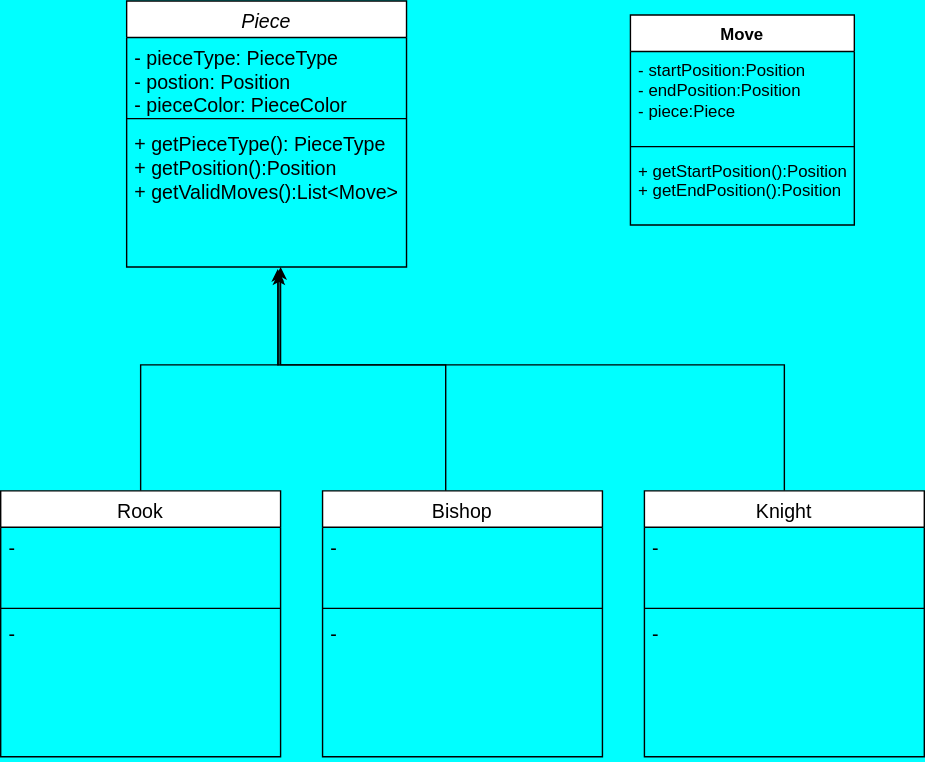
Above: lld/class_diagrams/chess.drawio.svg in nityabhaskar21/java_projects (draw.io), before the change. Source tidied: cells renumbered, new cells last; positions are measured from the earlier drawing's top-left corner, leaving out a move shared by most shapes.
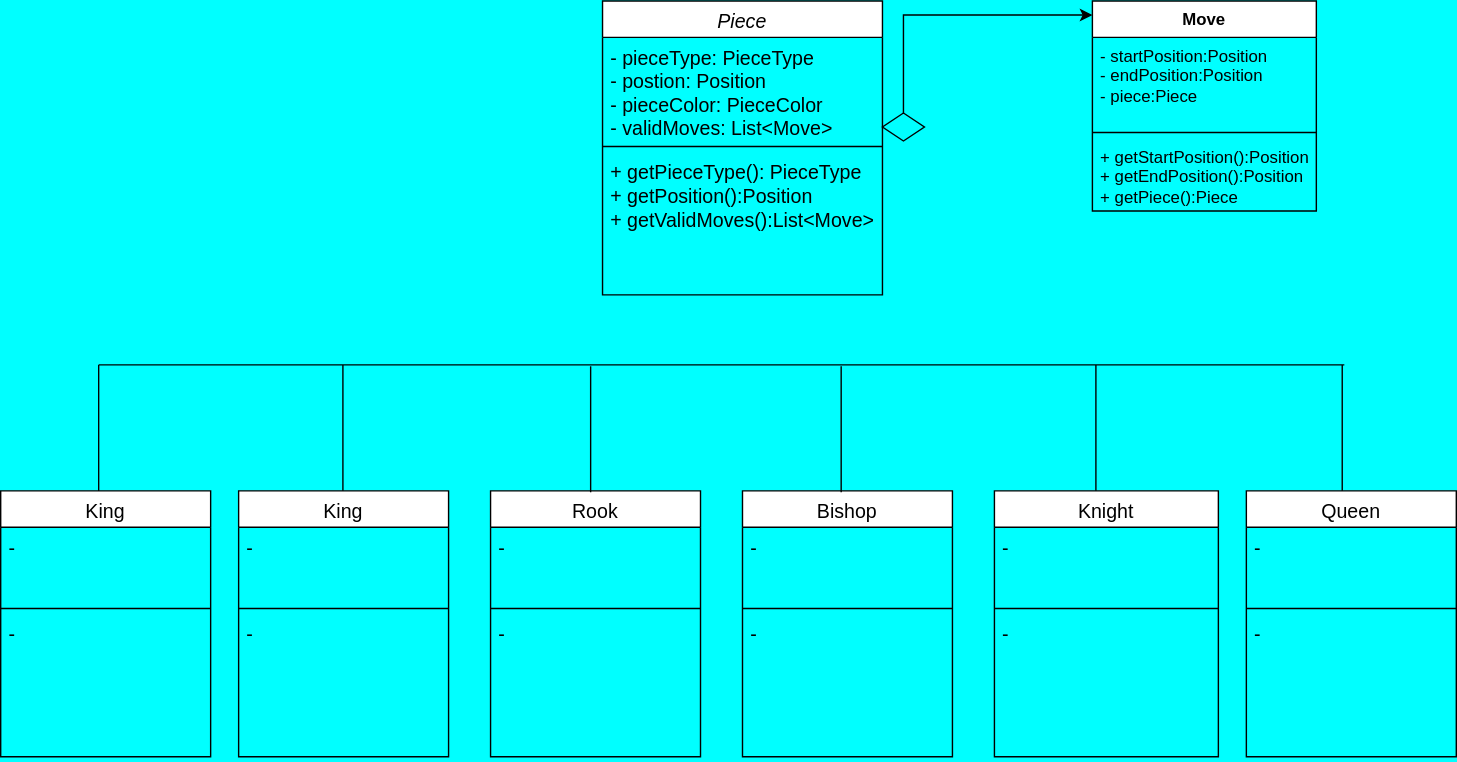
The same file after the commit.

Diff of the diagram source:
```diff
@@ -3,80 +3,55 @@
     <mxCell id="0" />
     <mxCell id="1" parent="0" />
     <mxCell id="2" value="&lt;i&gt;Piece&lt;/i&gt;" style="swimlane;fontStyle=0;align=center;verticalAlign=top;horizontal=1;startSize=26;whiteSpace=wrap;html=1;fontSize=14;fontFamily=Helvetica;" parent="1" vertex="1">
-      <mxGeometry x="90" width="200" height="190" as="geometry" />
+      <mxGeometry x="90" width="200" height="210" as="geometry" />
     </mxCell>
-    <mxCell id="3" value="&lt;font&gt;- pieceType: PieceType&lt;/font&gt;&lt;div&gt;&lt;font&gt;- postion: Position&lt;/font&gt;&lt;/div&gt;&lt;div&gt;&lt;font&gt;- pieceColor: PieceColor&lt;/font&gt;&lt;/div&gt;" style="text;strokeColor=none;fillColor=none;align=left;verticalAlign=top;spacingLeft=4;spacingRight=4;overflow=hidden;whiteSpace=wrap;html=1;fontSize=14;fontFamily=Helvetica;fontStyle=0;" parent="2" vertex="1">
-      <mxGeometry y="26" width="200" height="54" as="geometry" />
+    <mxCell id="3" value="&lt;font&gt;- pieceType: PieceType&lt;/font&gt;&lt;div&gt;&lt;font&gt;- postion: Position&lt;/font&gt;&lt;/div&gt;&lt;div&gt;&lt;font&gt;- pieceColor: PieceColor&lt;/font&gt;&lt;/div&gt;&lt;div&gt;&lt;font&gt;- validMoves: List&amp;lt;Move&amp;gt;&lt;/font&gt;&lt;/div&gt;" style="text;strokeColor=none;fillColor=none;align=left;verticalAlign=top;spacingLeft=4;spacingRight=4;overflow=hidden;whiteSpace=wrap;html=1;fontSize=14;fontFamily=Helvetica;fontStyle=0;" parent="2" vertex="1">
+      <mxGeometry y="26" width="200" height="74" as="geometry" />
     </mxCell>
     <mxCell id="4" style="line;strokeWidth=1;fillColor=none;align=left;verticalAlign=middle;spacingTop=-1;spacingLeft=3;spacingRight=3;labelPosition=right;strokeColor=inherit;fontSize=14;fontFamily=Helvetica;fontStyle=0;" parent="2" vertex="1">
-      <mxGeometry y="80" width="200" height="8" as="geometry" />
+      <mxGeometry y="100" width="200" height="8" as="geometry" />
     </mxCell>
     <mxCell id="5" value="+ getPieceType(): PieceType&lt;div style=&quot;font-size: 14px;&quot;&gt;+ getPosition():Position&lt;/div&gt;&lt;div style=&quot;font-size: 14px;&quot;&gt;+ getValidMoves():List&amp;lt;Move&amp;gt;&lt;/div&gt;" style="text;strokeColor=none;fillColor=none;align=left;verticalAlign=top;spacingLeft=4;spacingRight=4;overflow=hidden;points=[[0,0.5],[1,0.5]];portConstraint=eastwest;whiteSpace=wrap;html=1;fontSize=14;fontFamily=Helvetica;fontStyle=0;" parent="2" vertex="1">
-      <mxGeometry y="88" width="200" height="102" as="geometry" />
+      <mxGeometry y="108" width="200" height="102" as="geometry" />
     </mxCell>
-    <mxCell id="6" style="edgeStyle=orthogonalEdgeStyle;rounded=0;jettySize=auto;html=1;exitX=0.5;exitY=0;exitDx=0;exitDy=0;entryX=0.544;entryY=1.037;entryDx=0;entryDy=0;entryPerimeter=0;" parent="1" edge="1" source="7" target="5">
-      <mxGeometry relative="1" as="geometry">
-        <Array as="points">
-          <mxPoint x="100" y="260" />
-          <mxPoint x="199" y="260" />
-        </Array>
-      </mxGeometry>
-    </mxCell>
     <mxCell id="7" value="Rook" style="swimlane;fontStyle=0;align=center;verticalAlign=top;horizontal=1;startSize=26;whiteSpace=wrap;html=1;fontSize=14;fontFamily=Helvetica;" parent="1" vertex="1">
-      <mxGeometry y="350" width="200" height="190" as="geometry" />
+      <mxGeometry x="10" y="350" width="150" height="190" as="geometry" />
     </mxCell>
     <mxCell id="8" value="-" style="text;strokeColor=none;fillColor=none;align=left;verticalAlign=top;spacingLeft=4;spacingRight=4;overflow=hidden;whiteSpace=wrap;html=1;fontSize=14;fontFamily=Helvetica;fontStyle=0;" parent="7" vertex="1">
-      <mxGeometry y="26" width="200" height="54" as="geometry" />
+      <mxGeometry y="26" width="150" height="54" as="geometry" />
     </mxCell>
     <mxCell id="9" style="line;strokeWidth=1;fillColor=none;align=left;verticalAlign=middle;spacingTop=-1;spacingLeft=3;spacingRight=3;labelPosition=right;strokeColor=inherit;fontSize=14;fontFamily=Helvetica;fontStyle=0;" parent="7" vertex="1">
-      <mxGeometry y="80" width="200" height="8" as="geometry" />
+      <mxGeometry y="80" width="150" height="8" as="geometry" />
     </mxCell>
     <mxCell id="10" value="-" style="text;strokeColor=none;fillColor=none;align=left;verticalAlign=top;spacingLeft=4;spacingRight=4;overflow=hidden;whiteSpace=wrap;html=1;fontSize=14;fontFamily=Helvetica;fontStyle=0;" parent="7" vertex="1">
-      <mxGeometry y="88" width="200" height="102" as="geometry" />
+      <mxGeometry y="88" width="150" height="102" as="geometry" />
     </mxCell>
-    <mxCell id="11" style="edgeStyle=orthogonalEdgeStyle;rounded=0;jettySize=auto;html=1;exitX=0.44;exitY=0.003;exitDx=0;exitDy=0;exitPerimeter=0;" parent="1" edge="1" source="12">
-      <mxGeometry relative="1" as="geometry">
-        <mxPoint x="200" y="190" as="targetPoint" />
-        <Array as="points">
-          <mxPoint x="318" y="260" />
-          <mxPoint x="200" y="260" />
-        </Array>
-      </mxGeometry>
-    </mxCell>
     <mxCell id="12" value="Bishop" style="swimlane;fontStyle=0;align=center;verticalAlign=top;horizontal=1;startSize=26;whiteSpace=wrap;html=1;fontSize=14;fontFamily=Helvetica;" parent="1" vertex="1">
-      <mxGeometry x="230" y="350" width="200" height="190" as="geometry" />
+      <mxGeometry x="190" y="350" width="150" height="190" as="geometry" />
     </mxCell>
     <mxCell id="13" value="-" style="text;strokeColor=none;fillColor=none;align=left;verticalAlign=top;spacingLeft=4;spacingRight=4;overflow=hidden;whiteSpace=wrap;html=1;fontSize=14;fontFamily=Helvetica;fontStyle=0;" parent="12" vertex="1">
-      <mxGeometry y="26" width="200" height="54" as="geometry" />
+      <mxGeometry y="26" width="150" height="54" as="geometry" />
     </mxCell>
     <mxCell id="14" style="line;strokeWidth=1;fillColor=none;align=left;verticalAlign=middle;spacingTop=-1;spacingLeft=3;spacingRight=3;labelPosition=right;strokeColor=inherit;fontSize=14;fontFamily=Helvetica;fontStyle=0;" parent="12" vertex="1">
-      <mxGeometry y="80" width="200" height="8" as="geometry" />
+      <mxGeometry y="80" width="150" height="8" as="geometry" />
     </mxCell>
     <mxCell id="15" value="-" style="text;strokeColor=none;fillColor=none;align=left;verticalAlign=top;spacingLeft=4;spacingRight=4;overflow=hidden;whiteSpace=wrap;html=1;fontSize=14;fontFamily=Helvetica;fontStyle=0;" parent="12" vertex="1">
-      <mxGeometry y="88" width="200" height="102" as="geometry" />
+      <mxGeometry y="88" width="150" height="102" as="geometry" />
     </mxCell>
-    <mxCell id="16" style="edgeStyle=orthogonalEdgeStyle;rounded=0;jettySize=auto;html=1;entryX=0.54;entryY=1.014;entryDx=0;entryDy=0;entryPerimeter=0;" parent="1" edge="1" source="17" target="5">
-      <mxGeometry relative="1" as="geometry">
-        <Array as="points">
-          <mxPoint x="560" y="260" />
-          <mxPoint x="198" y="260" />
-        </Array>
-      </mxGeometry>
-    </mxCell>
     <mxCell id="17" value="Knight" style="swimlane;fontStyle=0;align=center;verticalAlign=top;horizontal=1;startSize=26;whiteSpace=wrap;html=1;fontSize=14;fontFamily=Helvetica;" parent="1" vertex="1">
-      <mxGeometry x="460" y="350" width="200" height="190" as="geometry" />
+      <mxGeometry x="370" y="350" width="160" height="190" as="geometry" />
     </mxCell>
     <mxCell id="18" value="-" style="text;strokeColor=none;fillColor=none;align=left;verticalAlign=top;spacingLeft=4;spacingRight=4;overflow=hidden;whiteSpace=wrap;html=1;fontSize=14;fontFamily=Helvetica;fontStyle=0;" parent="17" vertex="1">
-      <mxGeometry y="26" width="200" height="54" as="geometry" />
+      <mxGeometry y="26" width="160" height="54" as="geometry" />
     </mxCell>
     <mxCell id="19" style="line;strokeWidth=1;fillColor=none;align=left;verticalAlign=middle;spacingTop=-1;spacingLeft=3;spacingRight=3;labelPosition=right;strokeColor=inherit;fontSize=14;fontFamily=Helvetica;fontStyle=0;" parent="17" vertex="1">
-      <mxGeometry y="80" width="200" height="8" as="geometry" />
+      <mxGeometry y="80" width="160" height="8" as="geometry" />
     </mxCell>
     <mxCell id="20" value="-" style="text;strokeColor=none;fillColor=none;align=left;verticalAlign=top;spacingLeft=4;spacingRight=4;overflow=hidden;whiteSpace=wrap;html=1;fontSize=14;fontFamily=Helvetica;fontStyle=0;" parent="17" vertex="1">
-      <mxGeometry y="88" width="200" height="102" as="geometry" />
+      <mxGeometry y="88" width="160" height="102" as="geometry" />
     </mxCell>
     <mxCell id="21" value="Move" style="swimlane;fontStyle=1;align=center;verticalAlign=top;horizontal=1;startSize=26;whiteSpace=wrap;html=1;" parent="1" vertex="1">
-      <mxGeometry x="450" y="10" width="160" height="150" as="geometry" />
+      <mxGeometry x="440" width="160" height="150" as="geometry" />
     </mxCell>
     <mxCell id="22" value="- startPosition:Position&lt;div&gt;- endPosition:Position&lt;/div&gt;&lt;div&gt;- piece:Piece&lt;/div&gt;" style="text;strokeColor=none;fillColor=none;align=left;verticalAlign=top;spacingLeft=4;spacingRight=4;overflow=hidden;whiteSpace=wrap;html=1;" parent="21" vertex="1">
       <mxGeometry y="26" width="160" height="64" as="geometry" />
@@ -84,8 +59,93 @@
     <mxCell id="23" style="line;strokeWidth=1;fillColor=none;align=left;verticalAlign=middle;spacingTop=-1;spacingLeft=3;spacingRight=3;labelPosition=right;strokeColor=inherit;" parent="21" vertex="1">
       <mxGeometry y="90" width="160" height="8" as="geometry" />
     </mxCell>
-    <mxCell id="24" value="+ getStartPosition():Position&lt;div&gt;+ getEndPosition():Position&lt;/div&gt;" style="text;strokeColor=none;fillColor=none;align=left;verticalAlign=top;spacingLeft=4;spacingRight=4;overflow=hidden;whiteSpace=wrap;html=1;" parent="21" vertex="1">
+    <mxCell id="24" value="+ getStartPosition():Position&lt;div&gt;+ getEndPosition():Position&lt;/div&gt;&lt;div&gt;+ getPiece():Piece&lt;/div&gt;" style="text;strokeColor=none;fillColor=none;align=left;verticalAlign=top;spacingLeft=4;spacingRight=4;overflow=hidden;whiteSpace=wrap;html=1;" parent="21" vertex="1">
       <mxGeometry y="98" width="160" height="52" as="geometry" />
     </mxCell>
+    <mxCell id="25" style="edgeStyle=orthogonalEdgeStyle;rounded=0;jettySize=auto;html=1;" parent="1" edge="1" source="26" target="21">
+      <mxGeometry relative="1" as="geometry">
+        <Array as="points">
+          <mxPoint x="305" y="10" />
+        </Array>
+      </mxGeometry>
+    </mxCell>
+    <mxCell id="26" style="rhombus;whiteSpace=wrap;html=1;fillColor=none;" parent="1" vertex="1">
+      <mxGeometry x="290" y="80" width="30" height="20" as="geometry" />
+    </mxCell>
+    <mxCell id="27" value="King" style="swimlane;fontStyle=0;align=center;verticalAlign=top;horizontal=1;startSize=26;whiteSpace=wrap;html=1;fontSize=14;fontFamily=Helvetica;" parent="1" vertex="1">
+      <mxGeometry x="-170" y="350" width="150" height="190" as="geometry" />
+    </mxCell>
+    <mxCell id="28" value="-" style="text;strokeColor=none;fillColor=none;align=left;verticalAlign=top;spacingLeft=4;spacingRight=4;overflow=hidden;whiteSpace=wrap;html=1;fontSize=14;fontFamily=Helvetica;fontStyle=0;" parent="27" vertex="1">
+      <mxGeometry y="26" width="150" height="54" as="geometry" />
+    </mxCell>
+    <mxCell id="29" style="line;strokeWidth=1;fillColor=none;align=left;verticalAlign=middle;spacingTop=-1;spacingLeft=3;spacingRight=3;labelPosition=right;strokeColor=inherit;fontSize=14;fontFamily=Helvetica;fontStyle=0;" parent="27" vertex="1">
+      <mxGeometry y="80" width="150" height="8" as="geometry" />
+    </mxCell>
+    <mxCell id="30" value="-" style="text;strokeColor=none;fillColor=none;align=left;verticalAlign=top;spacingLeft=4;spacingRight=4;overflow=hidden;whiteSpace=wrap;html=1;fontSize=14;fontFamily=Helvetica;fontStyle=0;" parent="27" vertex="1">
+      <mxGeometry y="88" width="150" height="102" as="geometry" />
+    </mxCell>
+    <mxCell id="31" value="Queen" style="swimlane;fontStyle=0;align=center;verticalAlign=top;horizontal=1;startSize=26;whiteSpace=wrap;html=1;fontSize=14;fontFamily=Helvetica;" parent="1" vertex="1">
+      <mxGeometry x="550" y="350" width="150" height="190" as="geometry" />
+    </mxCell>
+    <mxCell id="32" value="-" style="text;strokeColor=none;fillColor=none;align=left;verticalAlign=top;spacingLeft=4;spacingRight=4;overflow=hidden;whiteSpace=wrap;html=1;fontSize=14;fontFamily=Helvetica;fontStyle=0;" parent="31" vertex="1">
+      <mxGeometry y="26" width="150" height="54" as="geometry" />
+    </mxCell>
+    <mxCell id="33" style="line;strokeWidth=1;fillColor=none;align=left;verticalAlign=middle;spacingTop=-1;spacingLeft=3;spacingRight=3;labelPosition=right;strokeColor=inherit;fontSize=14;fontFamily=Helvetica;fontStyle=0;" parent="31" vertex="1">
+      <mxGeometry y="80" width="150" height="8" as="geometry" />
+    </mxCell>
+    <mxCell id="34" value="-" style="text;strokeColor=none;fillColor=none;align=left;verticalAlign=top;spacingLeft=4;spacingRight=4;overflow=hidden;whiteSpace=wrap;html=1;fontSize=14;fontFamily=Helvetica;fontStyle=0;" parent="31" vertex="1">
+      <mxGeometry y="88" width="150" height="102" as="geometry" />
+    </mxCell>
+    <mxCell id="35" value="King" style="swimlane;fontStyle=0;align=center;verticalAlign=top;horizontal=1;startSize=26;whiteSpace=wrap;html=1;fontSize=14;fontFamily=Helvetica;" parent="1" vertex="1">
+      <mxGeometry x="-340" y="350" width="150" height="190" as="geometry" />
+    </mxCell>
+    <mxCell id="36" value="-" style="text;strokeColor=none;fillColor=none;align=left;verticalAlign=top;spacingLeft=4;spacingRight=4;overflow=hidden;whiteSpace=wrap;html=1;fontSize=14;fontFamily=Helvetica;fontStyle=0;" parent="35" vertex="1">
+      <mxGeometry y="26" width="150" height="54" as="geometry" />
+    </mxCell>
+    <mxCell id="37" style="line;strokeWidth=1;fillColor=none;align=left;verticalAlign=middle;spacingTop=-1;spacingLeft=3;spacingRight=3;labelPosition=right;strokeColor=inherit;fontSize=14;fontFamily=Helvetica;fontStyle=0;" parent="35" vertex="1">
+      <mxGeometry y="80" width="150" height="8" as="geometry" />
+    </mxCell>
+    <mxCell id="38" value="-" style="text;strokeColor=none;fillColor=none;align=left;verticalAlign=top;spacingLeft=4;spacingRight=4;overflow=hidden;whiteSpace=wrap;html=1;fontSize=14;fontFamily=Helvetica;fontStyle=0;" parent="35" vertex="1">
+      <mxGeometry y="88" width="150" height="102" as="geometry" />
+    </mxCell>
+    <mxCell id="39" style="line;strokeWidth=1;fillColor=none;align=left;verticalAlign=middle;spacingTop=-1;spacingLeft=3;spacingRight=3;labelPosition=right;strokeColor=inherit;" parent="1" vertex="1">
+      <mxGeometry x="-270" y="256" width="890" height="8" as="geometry" />
+    </mxCell>
+    <mxCell id="40" style="endArrow=none;html=1;rounded=0;" parent="1" edge="1">
+      <mxGeometry relative="1" as="geometry">
+        <mxPoint x="-270" y="350" as="sourcePoint" />
+        <mxPoint x="-270" y="260" as="targetPoint" />
+      </mxGeometry>
+    </mxCell>
+    <mxCell id="41" style="endArrow=none;html=1;rounded=0;" parent="1" edge="1">
+      <mxGeometry relative="1" as="geometry">
+        <mxPoint x="-95.5" y="350" as="sourcePoint" />
+        <mxPoint x="-95.5" y="260" as="targetPoint" />
+      </mxGeometry>
+    </mxCell>
+    <mxCell id="42" style="endArrow=none;html=1;rounded=0;" parent="1" edge="1">
+      <mxGeometry relative="1" as="geometry">
+        <mxPoint x="81.5" y="351" as="sourcePoint" />
+        <mxPoint x="81.5" y="261" as="targetPoint" />
+      </mxGeometry>
+    </mxCell>
+    <mxCell id="43" style="endArrow=none;html=1;rounded=0;" parent="1" edge="1">
+      <mxGeometry relative="1" as="geometry">
+        <mxPoint x="260.5" y="351" as="sourcePoint" />
+        <mxPoint x="260.5" y="261" as="targetPoint" />
+      </mxGeometry>
+    </mxCell>
+    <mxCell id="44" style="endArrow=none;html=1;rounded=0;" parent="1" edge="1">
+      <mxGeometry relative="1" as="geometry">
+        <mxPoint x="442.5" y="350" as="sourcePoint" />
+        <mxPoint x="442.5" y="260" as="targetPoint" />
+      </mxGeometry>
+    </mxCell>
+    <mxCell id="45" style="endArrow=none;html=1;rounded=0;" parent="1" edge="1">
+      <mxGeometry relative="1" as="geometry">
+        <mxPoint x="618.5" y="350" as="sourcePoint" />
+        <mxPoint x="618.5" y="260" as="targetPoint" />
+      </mxGeometry>
+    </mxCell>
   </root>
 </mxGraphModel>
```
